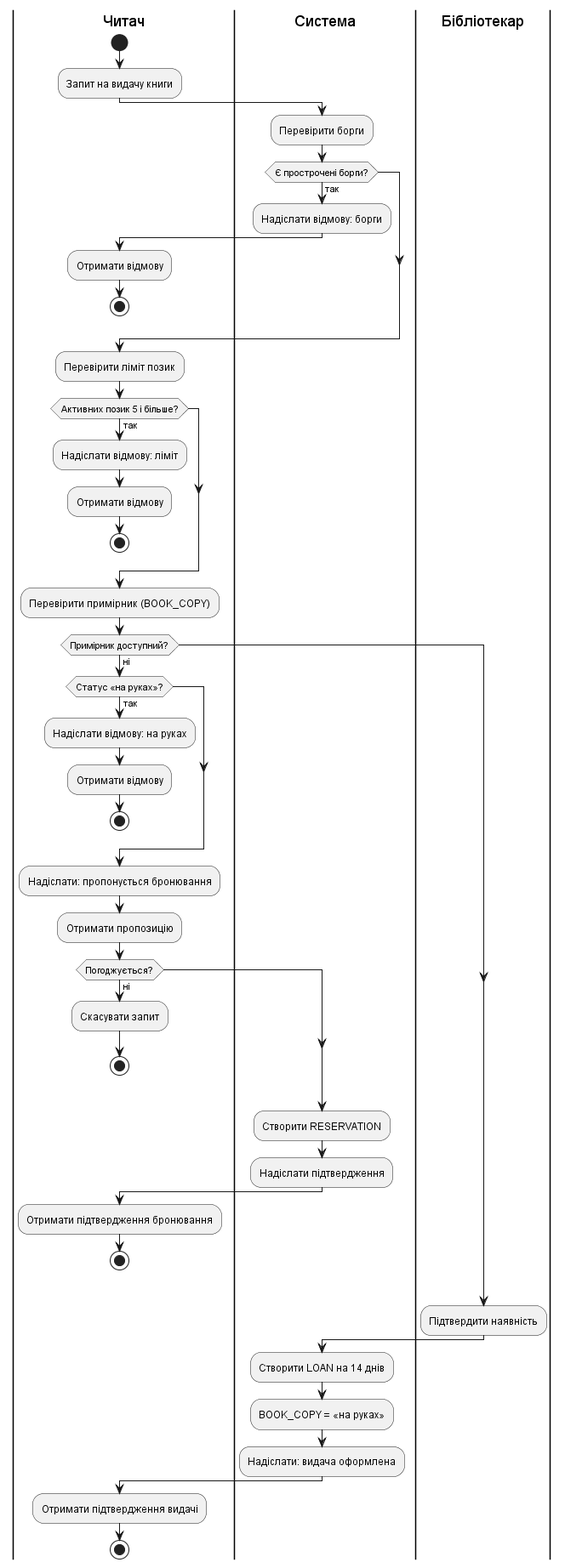
veronikapaschenkor29-png/Library-Modeling-and-Analysis-of-Software-Requirements keeps this PlantUML diagram as task-4/activity.png. Above is the earlier version.
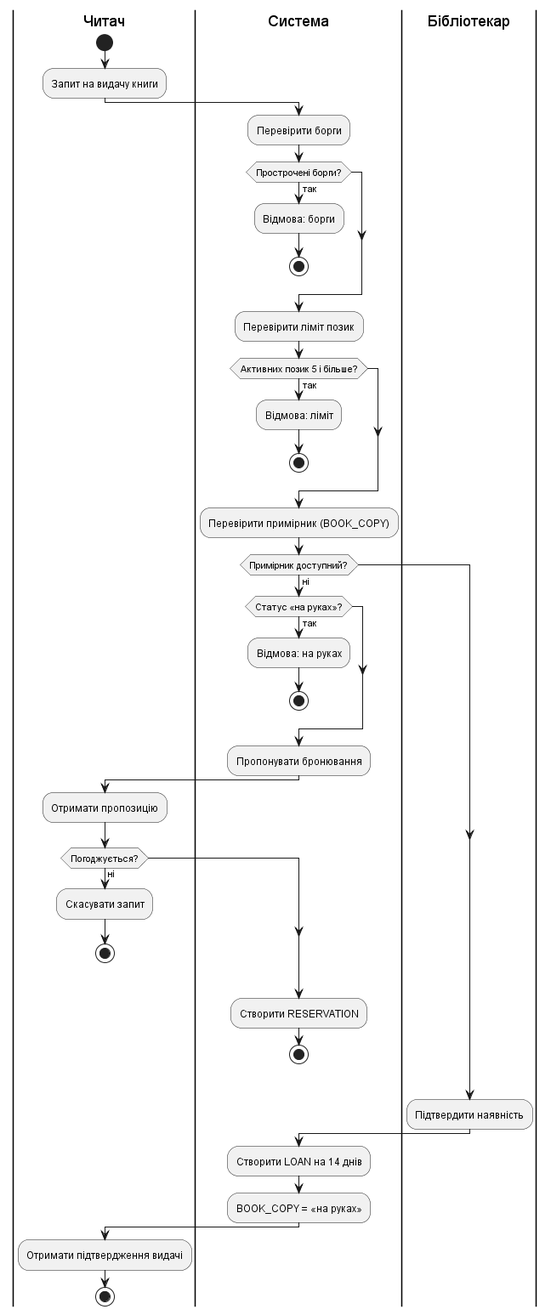
The same diagram one commit later.

Commit message:
docs(task-4): simplified activity diagram, fewer lane crossings

Change to the diagram source:
```diff
@@ -4,28 +4,22 @@
 :Запит на видачу книги;
 |Система|
 :Перевірити борги;
-if (Є прострочені борги?) then (так)
-  :Надіслати відмову: борги;
-  |Читач|
-  :Отримати відмову;
+if (Прострочені борги?) then (так)
+  :Відмова: борги;
   stop
 endif
 :Перевірити ліміт позик;
 if (Активних позик 5 і більше?) then (так)
-  :Надіслати відмову: ліміт;
-  |Читач|
-  :Отримати відмову;
+  :Відмова: ліміт;
   stop
 endif
 :Перевірити примірник (BOOK_COPY);
 if (Примірник доступний?) then (ні)
   if (Статус «на руках»?) then (так)
-    :Надіслати відмову: на руках;
-    |Читач|
-    :Отримати відмову;
+    :Відмова: на руках;
     stop
   endif
-  :Надіслати: пропонується бронювання;
+  :Пропонувати бронювання;
   |Читач|
   :Отримати пропозицію;
   if (Погоджується?) then (ні)
@@ -34,9 +28,6 @@
   endif
   |Система|
   :Створити RESERVATION;
-  :Надіслати підтвердження;
-  |Читач|
-  :Отримати підтвердження бронювання;
   stop
 endif
 |Бібліотекар|
@@ -44,7 +35,6 @@
 |Система|
 :Створити LOAN на 14 днів;
 :BOOK_COPY = «на руках»;
-:Надіслати: видача оформлена;
 |Читач|
 :Отримати підтвердження видачі;
 stop
```
